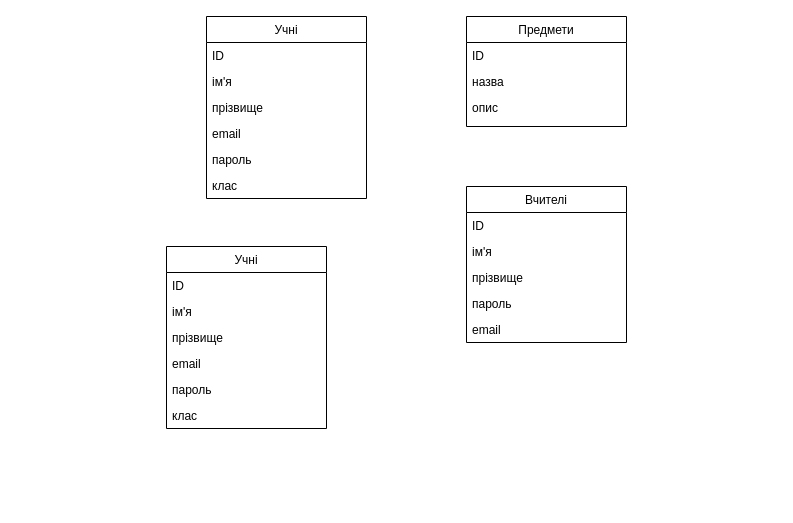
This is Диаграмма без названия.drawio from SofiiaL/-No4, a draw.io file, before an edit. Source tidied: cells renumbered, new cells numbered last; positions are measured from the earlier drawing's top-left corner, leaving out a move shared by most shapes. Both pictures are drawn from the tidied source at 100%, with x=0, y=0 at pixel (166, 16).
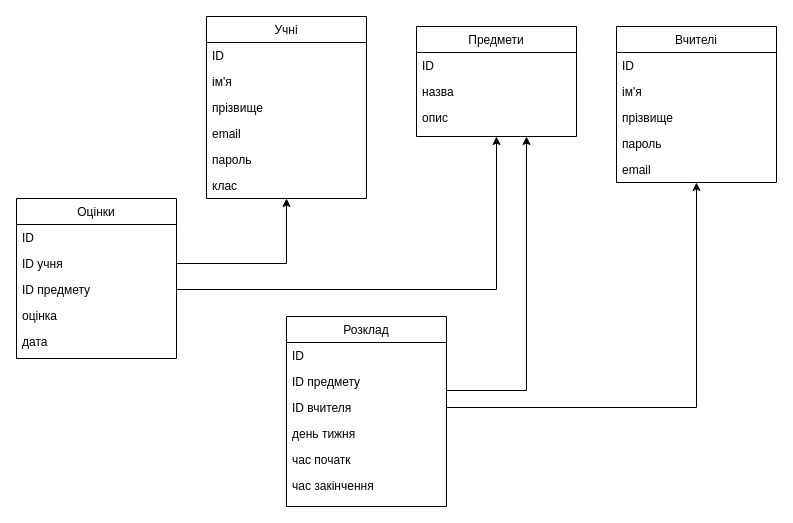
After the change.

The change refers to these unchanged cells:
```xml
<mxCell id="2" value="Учні" style="swimlane;fontStyle=0;align=center;verticalAlign=top;horizontal=1;startSize=26;rounded=0;shadow=0;strokeWidth=1;" parent="1" vertex="1">
  <mxGeometry x="40" width="160" height="182" as="geometry" />
</mxCell>
```

What changed in the source:
```diff
@@
     <mxCell id="9" value="Вчителі" style="swimlane;fontStyle=0;align=center;verticalAlign=top;horizontal=1;startSize=26;rounded=0;shadow=0;strokeWidth=1;" parent="1" vertex="1">
-      <mxGeometry x="300" y="170" width="160" height="156" as="geometry" />
+      <mxGeometry x="450" y="10" width="160" height="156" as="geometry" />
     </mxCell>
@@
     <mxCell id="15" value="Предмети" style="swimlane;fontStyle=0;align=center;verticalAlign=top;horizontal=1;startSize=26;rounded=0;shadow=0;strokeWidth=1;" parent="1" vertex="1">
-      <mxGeometry x="300" width="160" height="110" as="geometry" />
+      <mxGeometry x="250" y="10" width="160" height="110" as="geometry" />
     </mxCell>
@@
-    <mxCell id="19" value="Учні" style="swimlane;fontStyle=0;align=center;verticalAlign=top;horizontal=1;startSize=26;rounded=0;shadow=0;strokeWidth=1;" parent="1" vertex="1">
-      <mxGeometry y="230" width="160" height="182" as="geometry" />
+    <mxCell id="19" value="Оцінки" style="swimlane;fontStyle=0;align=center;verticalAlign=top;horizontal=1;startSize=26;rounded=0;shadow=0;strokeWidth=1;" parent="1" vertex="1">
+      <mxGeometry x="-150" y="182" width="160" height="160" as="geometry" />
     </mxCell>
@@
-    <mxCell id="21" value="ім'я" style="text;align=left;verticalAlign=top;spacingLeft=4;spacingRight=4;overflow=hidden;points=[[0,0.5],[1,0.5]];portConstraint=eastwest;rounded=0;shadow=0;html=0;" parent="19" vertex="1">
+    <mxCell id="21" value="ID учня" style="text;align=left;verticalAlign=top;spacingLeft=4;spacingRight=4;overflow=hidden;points=[[0,0.5],[1,0.5]];portConstraint=eastwest;rounded=0;shadow=0;html=0;" parent="19" vertex="1">
       <mxGeometry y="52" width="160" height="26" as="geometry" />
     </mxCell>
-    <mxCell id="22" value="прізвище" style="text;align=left;verticalAlign=top;spacingLeft=4;spacingRight=4;overflow=hidden;points=[[0,0.5],[1,0.5]];portConstraint=eastwest;rounded=0;shadow=0;html=0;" parent="19" vertex="1">
+    <mxCell id="22" value="ID предмету" style="text;align=left;verticalAlign=top;spacingLeft=4;spacingRight=4;overflow=hidden;points=[[0,0.5],[1,0.5]];portConstraint=eastwest;rounded=0;shadow=0;html=0;" parent="19" vertex="1">
       <mxGeometry y="78" width="160" height="26" as="geometry" />
     </mxCell>
-    <mxCell id="23" value="email" style="text;align=left;verticalAlign=top;spacingLeft=4;spacingRight=4;overflow=hidden;rounded=0;shadow=0;html=0;" parent="19" vertex="1">
+    <mxCell id="23" value="оцінка" style="text;align=left;verticalAlign=top;spacingLeft=4;spacingRight=4;overflow=hidden;rounded=0;shadow=0;html=0;" parent="19" vertex="1">
       <mxGeometry y="104" width="160" height="26" as="geometry" />
     </mxCell>
-    <mxCell id="24" value="пароль" style="text;align=left;verticalAlign=top;spacingLeft=4;spacingRight=4;overflow=hidden;rounded=0;shadow=0;html=0;" parent="19" vertex="1">
+    <mxCell id="24" value="дата" style="text;align=left;verticalAlign=top;spacingLeft=4;spacingRight=4;overflow=hidden;rounded=0;shadow=0;html=0;" parent="19" vertex="1">
       <mxGeometry y="130" width="160" height="26" as="geometry" />
     </mxCell>
-    <mxCell id="25" value="клас" style="text;align=left;verticalAlign=top;spacingLeft=4;spacingRight=4;overflow=hidden;rounded=0;shadow=0;html=0;" parent="19" vertex="1">
-      <mxGeometry y="156" width="160" height="26" as="geometry" />
-    </mxCell>
+    <mxCell id="26" value="Розклад" style="swimlane;fontStyle=0;align=center;verticalAlign=top;horizontal=1;startSize=26;rounded=0;shadow=0;strokeWidth=1;" parent="1" vertex="1">
+      <mxGeometry x="120" y="300" width="160" height="190" as="geometry" />
+    </mxCell>
+    <mxCell id="27" value=" ID" style="text;align=left;verticalAlign=top;spacingLeft=4;spacingRight=4;overflow=hidden;" parent="26" vertex="1">
+      <mxGeometry y="26" width="160" height="26" as="geometry" />
+    </mxCell>
+    <mxCell id="28" value="ID предмету" style="text;align=left;verticalAlign=top;spacingLeft=4;spacingRight=4;overflow=hidden;points=[[0,0.5],[1,0.5]];portConstraint=eastwest;rounded=0;shadow=0;html=0;" parent="26" vertex="1">
+      <mxGeometry y="52" width="160" height="26" as="geometry" />
+    </mxCell>
+    <mxCell id="29" value="ID вчителя" style="text;align=left;verticalAlign=top;spacingLeft=4;spacingRight=4;overflow=hidden;points=[[0,0.5],[1,0.5]];portConstraint=eastwest;rounded=0;shadow=0;html=0;" parent="26" vertex="1">
+      <mxGeometry y="78" width="160" height="26" as="geometry" />
+    </mxCell>
+    <mxCell id="30" value="день тижня" style="text;align=left;verticalAlign=top;spacingLeft=4;spacingRight=4;overflow=hidden;rounded=0;shadow=0;html=0;" parent="26" vertex="1">
+      <mxGeometry y="104" width="160" height="26" as="geometry" />
+    </mxCell>
+    <mxCell id="31" value="час початк" style="text;align=left;verticalAlign=top;spacingLeft=4;spacingRight=4;overflow=hidden;rounded=0;shadow=0;html=0;" parent="26" vertex="1">
+      <mxGeometry y="130" width="160" height="26" as="geometry" />
+    </mxCell>
+    <mxCell id="32" value="час закінчення" style="text;align=left;verticalAlign=top;spacingLeft=4;spacingRight=4;overflow=hidden;rounded=0;shadow=0;html=0;" parent="26" vertex="1">
+      <mxGeometry y="156" width="160" height="26" as="geometry" />
+    </mxCell>
+    <mxCell id="33" style="edgeStyle=orthogonalEdgeStyle;rounded=0;jettySize=auto;html=1;" parent="1" edge="1" source="21" target="2">
+      <mxGeometry relative="1" as="geometry" />
+    </mxCell>
+    <mxCell id="34" style="edgeStyle=orthogonalEdgeStyle;rounded=0;jettySize=auto;html=1;" parent="1" edge="1" source="22" target="15">
+      <mxGeometry relative="1" as="geometry" />
+    </mxCell>
+    <mxCell id="35" style="edgeStyle=orthogonalEdgeStyle;rounded=0;jettySize=auto;html=1;" parent="1" edge="1" source="28" target="15">
+      <mxGeometry relative="1" as="geometry">
+        <Array as="points">
+          <mxPoint x="360" y="374" />
+        </Array>
+      </mxGeometry>
+    </mxCell>
+    <mxCell id="36" style="edgeStyle=orthogonalEdgeStyle;rounded=0;jettySize=auto;html=1;" parent="1" edge="1" source="29" target="9">
+      <mxGeometry relative="1" as="geometry" />
+    </mxCell>
```
